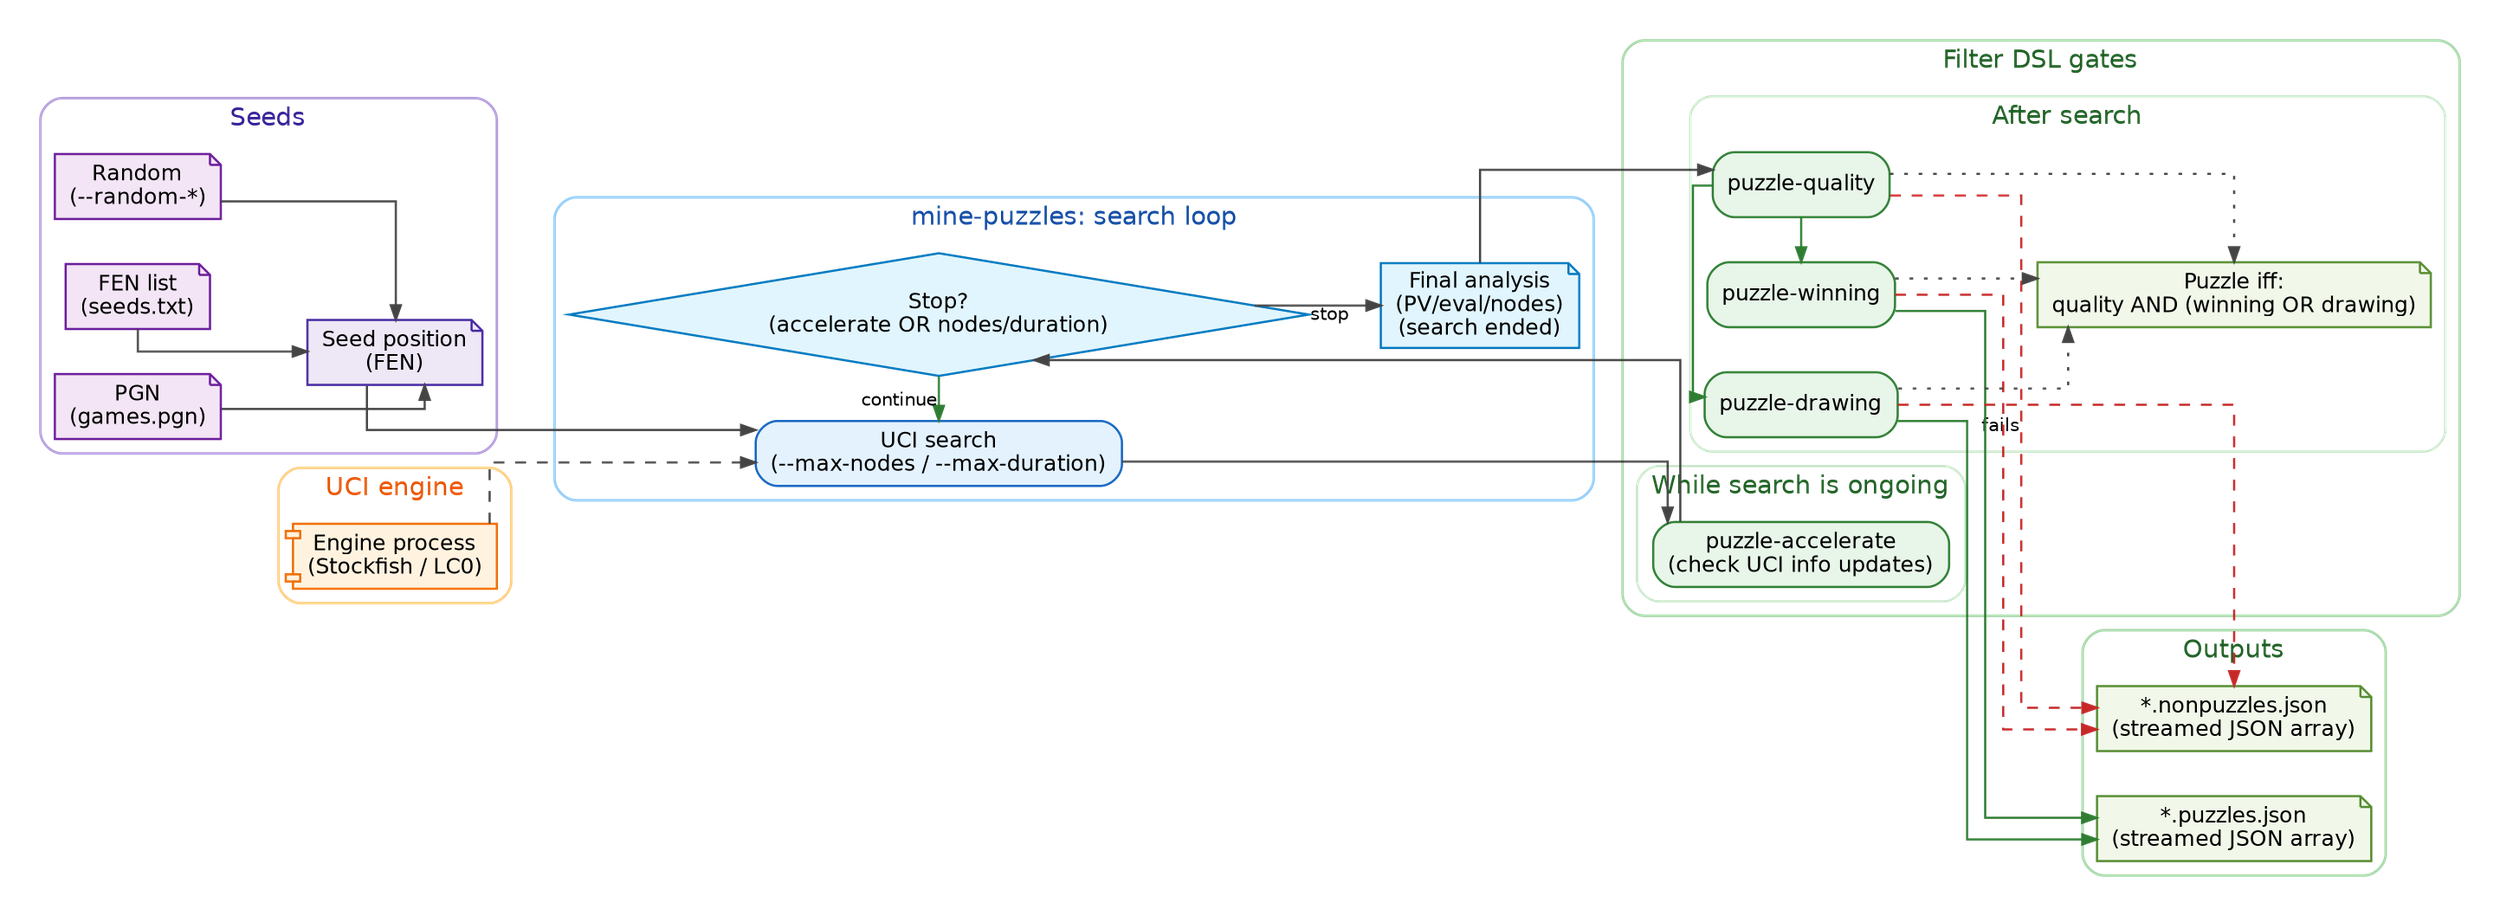
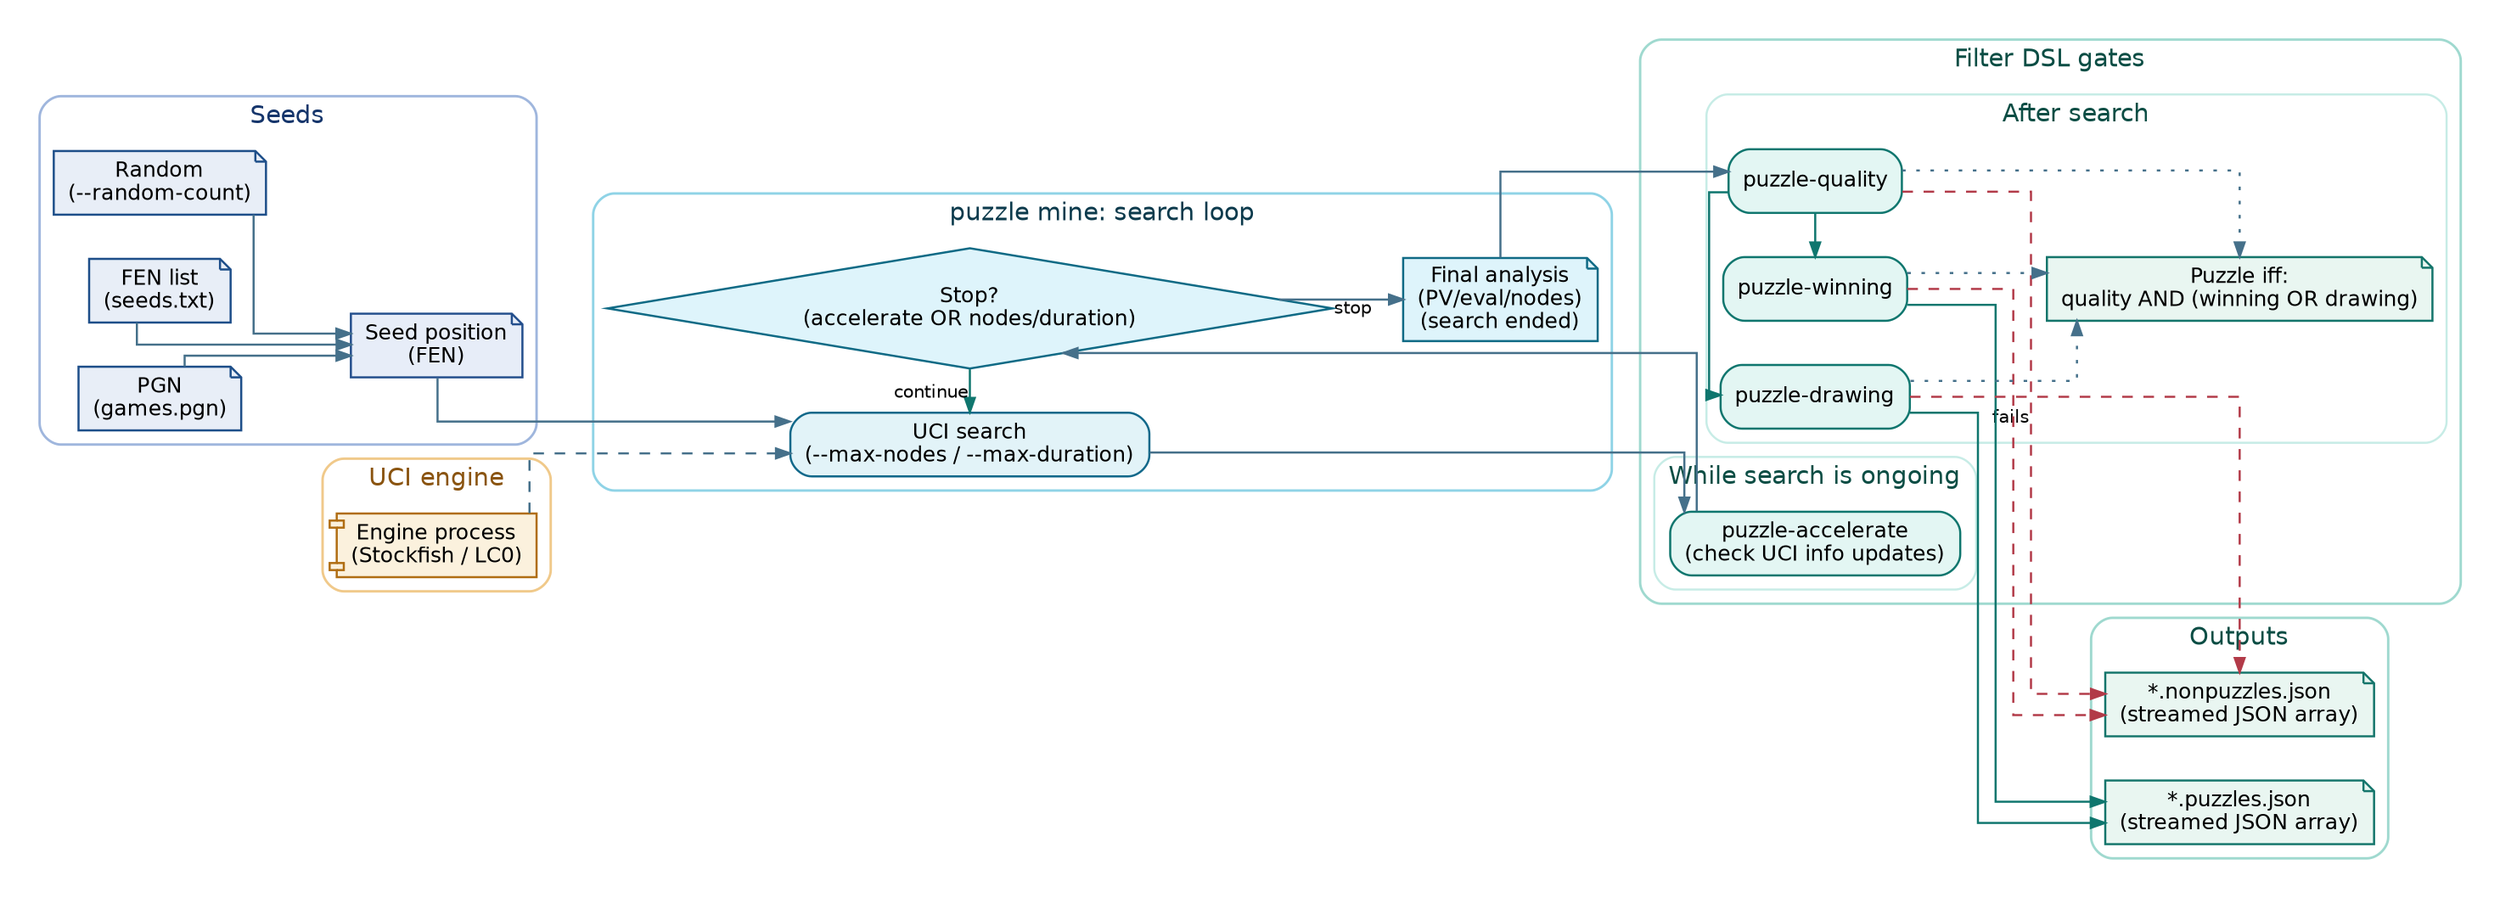
digraph crtk_mining_gates {
  rankdir=LR;
-   bgcolor="transparent";
+   bgcolor="#ffffff";
  splines=ortho;
  pad="0.20";
  nodesep="0.35";
  ranksep="0.55";

  graph [fontname="Helvetica", fontsize=14];
  node  [fontname="Helvetica", fontsize=12];
-   edge  [fontname="Helvetica", fontsize=10, color="#444444", arrowsize=0.8, penwidth=1.2];
+   edge  [fontname="Helvetica", fontsize=10, color="#45708a", arrowsize=0.8, penwidth=1.2];

  subgraph cluster_seeds {
    label="Seeds";
    style="rounded";
-     color="#B39DDB";
-     fontcolor="#311B92";
+     color="#9fb6dd";
+     fontcolor="#15356b";
    penwidth=1.4;

-     node [shape=note, style="filled", fillcolor="#F3E5F5", color="#6A1B9A", penwidth=1.2];
-     random [label="Random\n(--random-*)"];
+     node [shape=note, style="filled", fillcolor="#e8eef7", color="#1d4e89", penwidth=1.2];
+     random [label="Random\n(--random-count)"];
    fen_list [label="FEN list\n(seeds.txt)"];
    pgn [label="PGN\n(games.pgn)"];

-     node [shape=note, style="filled", fillcolor="#EDE7F6", color="#4527A0", penwidth=1.2];
+     node [shape=note, style="filled", fillcolor="#e7edf8", color="#234e8c", penwidth=1.2];
    seed [label="Seed position\n(FEN)"];
  }

  subgraph cluster_engine {
    label="UCI engine";
    style="rounded";
-     color="#FFCC80";
-     fontcolor="#E65100";
+     color="#f0c98a";
+     fontcolor="#8a5410";
    penwidth=1.4;

-     node [shape=component, style="filled", fillcolor="#FFF3E0", color="#EF6C00", penwidth=1.2];
+     node [shape=component, style="filled", fillcolor="#fbf1dd", color="#b06d12", penwidth=1.2];
    uci [label="Engine process\n(Stockfish / LC0)"];
  }

  subgraph cluster_search {
-     label="mine-puzzles: search loop";
+     label="puzzle mine: search loop";
    style="rounded";
-     color="#90CAF9";
-     fontcolor="#0D47A1";
+     color="#8fd3e6";
+     fontcolor="#0c3a4c";
    penwidth=1.4;

-     node [shape=box, style="rounded,filled", fillcolor="#E3F2FD", color="#1565C0", penwidth=1.2];
+     node [shape=box, style="rounded,filled", fillcolor="#e2f3f8", color="#11688a", penwidth=1.2];
    search [label="UCI search\n(--max-nodes / --max-duration)"];

-     node [shape=diamond, style="filled", fillcolor="#E1F5FE", color="#0277BD", penwidth=1.2];
+     node [shape=diamond, style="filled", fillcolor="#def4fb", color="#0f6a85", penwidth=1.2];
    stop [label="Stop?\n(accelerate OR nodes/duration)"];

-     node [shape=note, style="filled", fillcolor="#E1F5FE", color="#0277BD", penwidth=1.2];
+     node [shape=note, style="filled", fillcolor="#def4fb", color="#0f6a85", penwidth=1.2];
    analysis [label="Final analysis\n(PV/eval/nodes)\n(search ended)"];
  }

  subgraph cluster_dsl {
    label="Filter DSL gates";
    style="rounded";
-     color="#A5D6A7";
-     fontcolor="#1B5E20";
+     color="#9fd9cf";
+     fontcolor="#0b4d44";
    penwidth=1.4;

    subgraph cluster_dsl_while {
      label="While search is ongoing";
      style="rounded";
-       color="#C8E6C9";
-       fontcolor="#1B5E20";
+       color="#c7ece6";
+       fontcolor="#0b4d44";
      penwidth=1.2;

-       node [shape=box, style="rounded,filled", fillcolor="#E8F5E9", color="#2E7D32", penwidth=1.2];
+       node [shape=box, style="rounded,filled", fillcolor="#e3f6f3", color="#0f766e", penwidth=1.2];
      accel [label="puzzle-accelerate\n(check UCI info updates)"];
    }

    subgraph cluster_dsl_after {
      label="After search";
      style="rounded";
-       color="#C8E6C9";
-       fontcolor="#1B5E20";
+       color="#c7ece6";
+       fontcolor="#0b4d44";
      penwidth=1.2;

-       node [shape=box, style="rounded,filled", fillcolor="#E8F5E9", color="#2E7D32", penwidth=1.2];
+       node [shape=box, style="rounded,filled", fillcolor="#e3f6f3", color="#0f766e", penwidth=1.2];
      quality [label="puzzle-quality"];
      winning [label="puzzle-winning"];
      drawing [label="puzzle-drawing"];

-       node [shape=note, style="filled", fillcolor="#F1F8E9", color="#558B2F", penwidth=1.2];
+       node [shape=note, style="filled", fillcolor="#e9f6f1", color="#14756b", penwidth=1.2];
      formula [label="Puzzle iff:\nquality AND (winning OR drawing)"];
    }
  }

  subgraph cluster_outputs {
    label="Outputs";
    style="rounded";
-     color="#A5D6A7";
-     fontcolor="#1B5E20";
+     color="#9fd9cf";
+     fontcolor="#0b4d44";
    penwidth=1.4;

-     node [shape=note, style="filled", fillcolor="#F1F8E9", color="#558B2F", penwidth=1.2];
+     node [shape=note, style="filled", fillcolor="#e9f6f1", color="#14756b", penwidth=1.2];
    puzzles [label="*.puzzles.json\n(streamed JSON array)"];
    nonpuzzles [label="*.nonpuzzles.json\n(streamed JSON array)"];
  }

  // Seed sources
  random -> seed;
  fen_list -> seed;
  pgn -> seed;

  // Engine + search loop
  seed -> search;
  uci -> search [style=dashed];

  // During-search gate
  search -> accel;
  accel -> stop [constraint=false];
-   stop -> search [color="#2E7D32", xlabel="continue", constraint=false];
+   stop -> search [color="#0f766e", xlabel="continue", constraint=false];
  stop -> analysis [xlabel="stop"];

  // Post-search verification (quality AND (winning OR drawing))
  analysis -> quality;
-   quality -> nonpuzzles [color="#C62828", style=dashed, xlabel="fails"];
+   quality -> nonpuzzles [color="#b23a48", style=dashed, xlabel="fails"];

-   quality -> winning [color="#2E7D32", constraint=false];
-   quality -> drawing [color="#2E7D32", constraint=false];
+   quality -> winning [color="#0f766e", constraint=false];
+   quality -> drawing [color="#0f766e", constraint=false];

-   winning -> puzzles [color="#2E7D32"];
-   drawing -> puzzles [color="#2E7D32"];
+   winning -> puzzles [color="#0f766e"];
+   drawing -> puzzles [color="#0f766e"];

-   winning -> nonpuzzles [color="#C62828", style=dashed];
-   drawing -> nonpuzzles [color="#C62828", style=dashed];
+   winning -> nonpuzzles [color="#b23a48", style=dashed];
+   drawing -> nonpuzzles [color="#b23a48", style=dashed];

  quality -> formula [style=dotted];
  winning -> formula [style=dotted];
  drawing -> formula [style=dotted];
}
